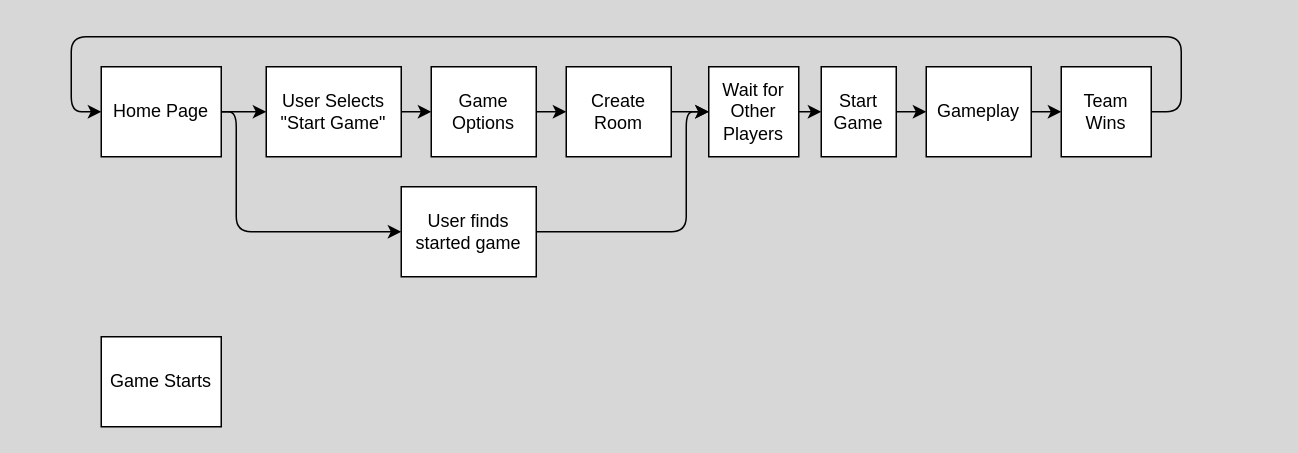
Before: docs/gameFlow.drawio in JohnPBlack89/SlyDevil, a draw.io diagram. Source tidied: cells renumbered, new cells numbered last; positions are measured from the earlier drawing's top-left corner, leaving out a move shared by most shapes. Both pictures are drawn from the tidied source at 150%, with x=0, y=0 at pixel (70, 36).
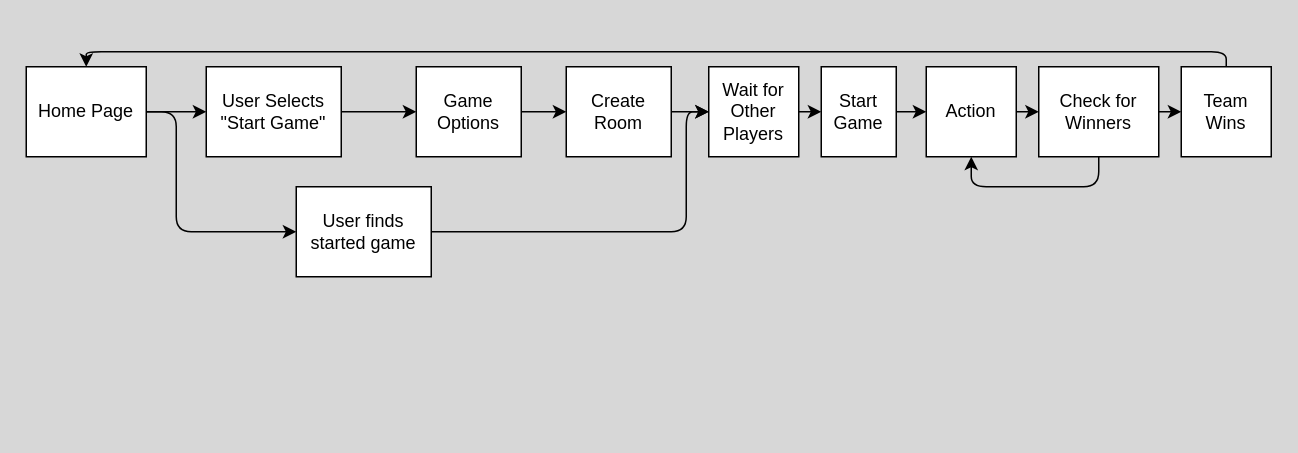
After the change.

The change refers to these unchanged cells:
```xml
<mxCell id="11" value="Start Game" style="rounded=0;whiteSpace=wrap;html=1;" parent="1" vertex="1">
  <mxGeometry x="500" y="20" width="50" height="60" as="geometry" />
</mxCell>
```

Change to the diagram source:
```diff
@@
     <mxCell id="3" value="User Selects &quot;Start Game&quot;" style="rounded=0;whiteSpace=wrap;html=1;" parent="1" vertex="1">
-      <mxGeometry x="130" y="20" width="90" height="60" as="geometry" />
+      <mxGeometry x="90" y="20" width="90" height="60" as="geometry" />
     </mxCell>
@@
     <mxCell id="5" value="Game Options" style="rounded=0;whiteSpace=wrap;html=1;" parent="1" vertex="1">
-      <mxGeometry x="240" y="20" width="70" height="60" as="geometry" />
+      <mxGeometry x="230" y="20" width="70" height="60" as="geometry" />
     </mxCell>
@@
-    <mxCell id="10" style="edgeStyle=none;html=1;entryX=0;entryY=0.5;entryDx=0;entryDy=0;" parent="1" edge="1" source="11" target="13">
-      <mxGeometry relative="1" as="geometry" />
+    <mxCell id="10" style="edgeStyle=none;html=1;entryX=0;entryY=0.5;entryDx=0;entryDy=0;" parent="1" edge="1" source="11" target="23">
+      <mxGeometry x="-0.2" relative="1" as="geometry">
+        <Array as="points">
+          <mxPoint x="560" y="50" />
+        </Array>
+      </mxGeometry>
     </mxCell>
@@
-    <mxCell id="12" style="edgeStyle=none;html=1;exitX=1;exitY=0.5;exitDx=0;exitDy=0;entryX=0;entryY=0.5;entryDx=0;entryDy=0;" parent="1" edge="1" source="13" target="15">
-      <mxGeometry relative="1" as="geometry" />
-    </mxCell>
-    <mxCell id="13" value="Gameplay" style="rounded=0;whiteSpace=wrap;html=1;" parent="1" vertex="1">
-      <mxGeometry x="570" y="20" width="70" height="60" as="geometry" />
-    </mxCell>
-    <mxCell id="14" style="edgeStyle=orthogonalEdgeStyle;html=1;entryX=0;entryY=0.5;entryDx=0;entryDy=0;strokeWidth=1;" parent="1" edge="1" source="15" target="18">
-      <mxGeometry x="0.1" relative="1" as="geometry">
-        <Array as="points">
-          <mxPoint x="740" y="50" />
-          <mxPoint x="740" />
-          <mxPoint />
-          <mxPoint y="50" />
-        </Array>
-      </mxGeometry>
+    <mxCell id="14" style="edgeStyle=orthogonalEdgeStyle;html=1;entryX=0.5;entryY=0;entryDx=0;entryDy=0;exitX=0.5;exitY=0;exitDx=0;exitDy=0;" parent="1" edge="1" source="15" target="18">
+      <mxGeometry x="0.06" relative="1" as="geometry" />
     </mxCell>
     <mxCell id="15" value="Team Wins" style="rounded=0;whiteSpace=wrap;html=1;" parent="1" vertex="1">
-      <mxGeometry x="660" y="20" width="60" height="60" as="geometry" />
+      <mxGeometry x="740" y="20" width="60" height="60" as="geometry" />
     </mxCell>
@@
     <mxCell id="17" style="edgeStyle=orthogonalEdgeStyle;html=1;exitX=1;exitY=0.5;exitDx=0;exitDy=0;entryX=0;entryY=0.5;entryDx=0;entryDy=0;" parent="1" edge="1" source="18" target="20">
       <mxGeometry relative="1" as="geometry">
         <Array as="points">
-          <mxPoint x="110" y="50" />
-          <mxPoint x="110" y="130" />
+          <mxPoint x="70" y="50" />
+          <mxPoint x="70" y="130" />
         </Array>
       </mxGeometry>
     </mxCell>
     <mxCell id="18" value="Home Page" style="rounded=0;whiteSpace=wrap;html=1;" parent="1" vertex="1">
-      <mxGeometry x="20" y="20" width="80" height="60" as="geometry" />
+      <mxGeometry x="-30" y="20" width="80" height="60" as="geometry" />
     </mxCell>
@@
     <mxCell id="20" value="User finds started game" style="rounded=0;whiteSpace=wrap;html=1;" parent="1" vertex="1">
-      <mxGeometry x="220" y="100" width="90" height="60" as="geometry" />
+      <mxGeometry x="150" y="100" width="90" height="60" as="geometry" />
     </mxCell>
-    <mxCell id="21" value="Game Starts" style="rounded=0;whiteSpace=wrap;html=1;" parent="1" vertex="1">
-      <mxGeometry x="20" y="200" width="80" height="60" as="geometry" />
-    </mxCell>
+    <mxCell id="22" style="edgeStyle=none;html=1;entryX=0;entryY=0.5;entryDx=0;entryDy=0;" parent="1" edge="1" source="23" target="26">
+      <mxGeometry relative="1" as="geometry" />
+    </mxCell>
+    <mxCell id="23" value="Action" style="rounded=0;whiteSpace=wrap;html=1;" parent="1" vertex="1">
+      <mxGeometry x="570" y="20" width="60" height="60" as="geometry" />
+    </mxCell>
+    <mxCell id="24" style="edgeStyle=none;html=1;exitX=1;exitY=0.5;exitDx=0;exitDy=0;entryX=0;entryY=0.5;entryDx=0;entryDy=0;" parent="1" edge="1" source="26" target="15">
+      <mxGeometry relative="1" as="geometry" />
+    </mxCell>
+    <mxCell id="25" style="edgeStyle=orthogonalEdgeStyle;html=1;exitX=0.5;exitY=1;exitDx=0;exitDy=0;entryX=0.5;entryY=1;entryDx=0;entryDy=0;" parent="1" edge="1" source="26" target="23">
+      <mxGeometry x="-0.07" relative="1" as="geometry">
+        <Array as="points">
+          <mxPoint x="685" y="100" />
+          <mxPoint x="600" y="100" />
+        </Array>
+      </mxGeometry>
+    </mxCell>
+    <mxCell id="26" value="Check for Winners" style="rounded=0;whiteSpace=wrap;html=1;" parent="1" vertex="1">
+      <mxGeometry x="645" y="20" width="80" height="60" as="geometry" />
+    </mxCell>
```
